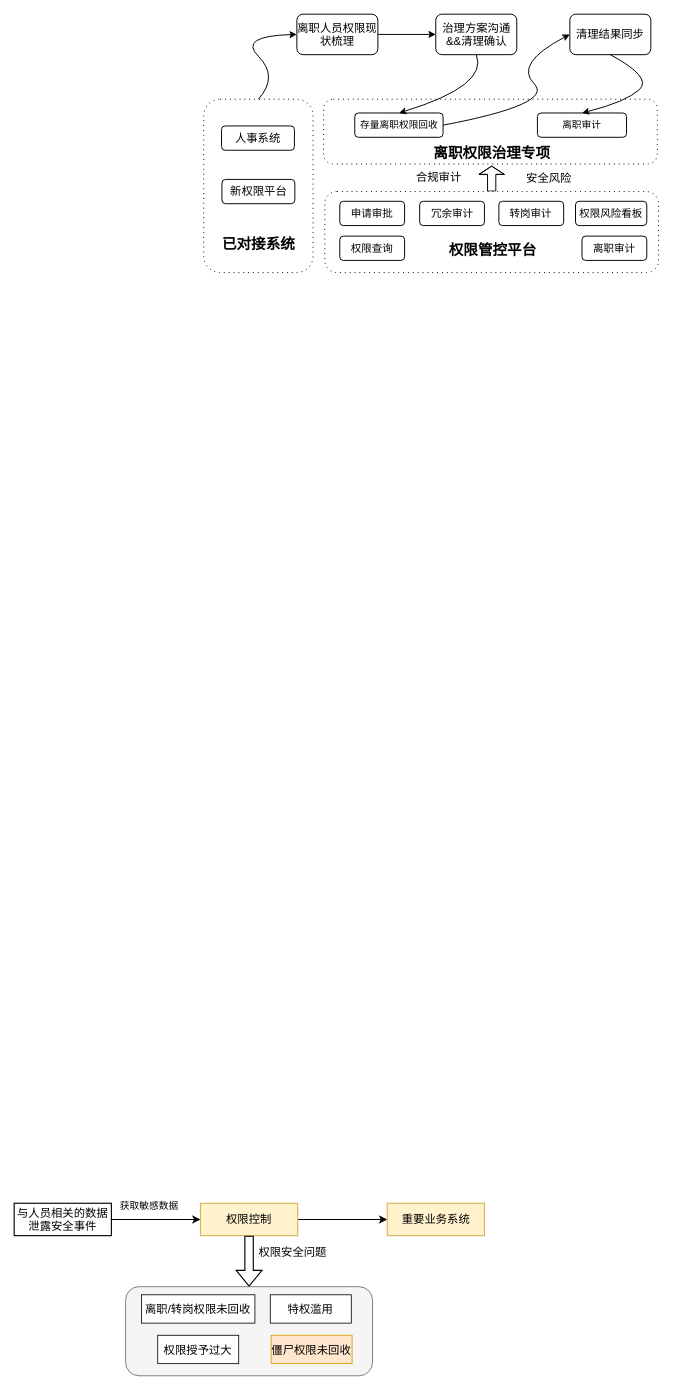
Above: page "第 14 页" (14 of 14) of 权限审计.drawio in zpxiao-ios/hello-world (draw.io), before the change. Source tidied: cells renumbered, new cells numbered last; positions are measured from the earlier drawing's top-left corner, leaving out a move shared by most shapes. Both pictures are drawn from the tidied source at 81%, with x=0, y=0 at pixel (14, 14).
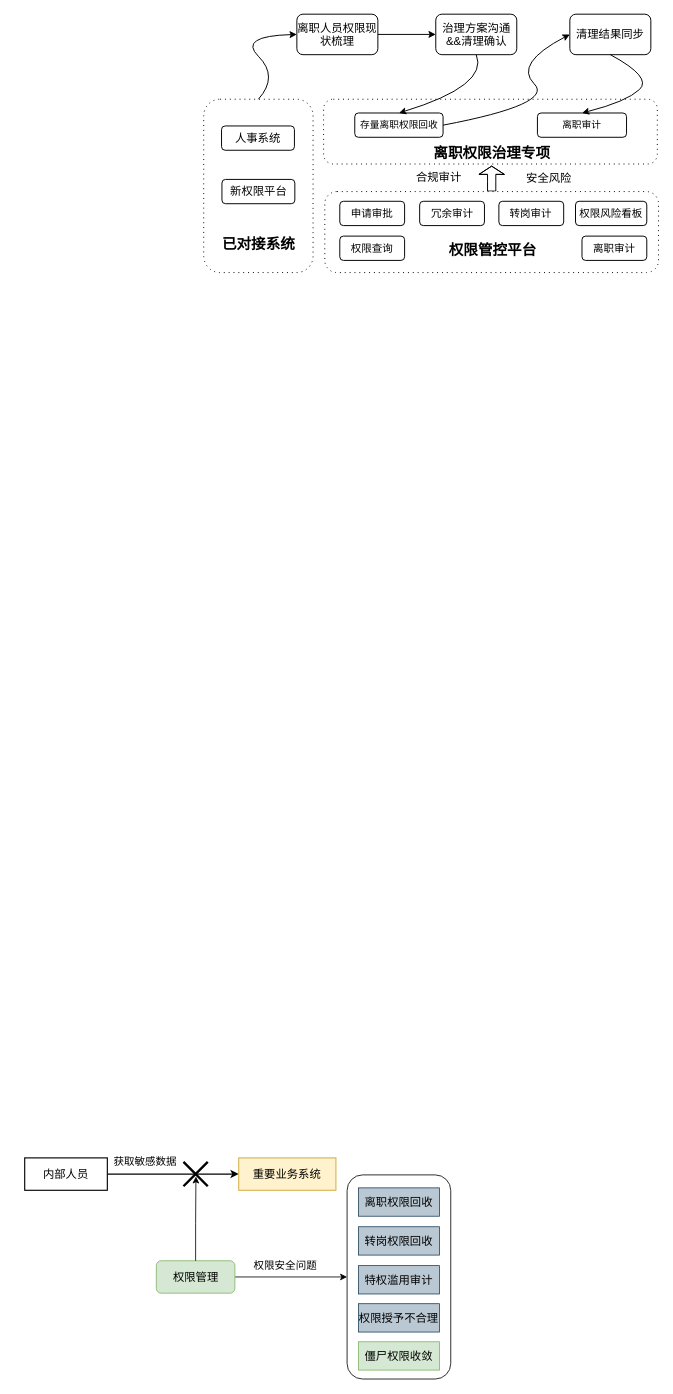
After the change.

Commit message:
更新权限审计.drawio

Change to the diagram source:
```diff
@@
+    <mxCell id="42" style="rounded=1;whiteSpace=wrap;html=1;" parent="1" vertex="1">
+      <mxGeometry x="411" y="1433" width="128" height="252" as="geometry" />
+    </mxCell>
+    <mxCell id="30" style="edgeStyle=orthogonalEdgeStyle;rounded=0;jettySize=auto;html=1;exitX=1;exitY=0.5;exitDx=0;exitDy=0;strokeWidth=1.4;fontSize=14;" parent="1" edge="1" source="29" target="33">
+      <mxGeometry relative="1" as="geometry" />
+    </mxCell>
@@
-    <mxCell id="29" value="与人员相关的数据泄露安全事件" style="rounded=0;whiteSpace=wrap;html=1;strokeWidth=1.4;fontSize=14;" parent="1" vertex="1">
-      <mxGeometry y="1468" width="120" height="40" as="geometry" />
+    <mxCell id="29" value="内部人员" style="rounded=0;whiteSpace=wrap;html=1;strokeWidth=1.4;fontSize=14;" parent="1" vertex="1">
+      <mxGeometry x="13" y="1412" width="102" height="40" as="geometry" />
     </mxCell>
-    <mxCell id="30" style="edgeStyle=orthogonalEdgeStyle;rounded=0;jettySize=auto;html=1;exitX=1;exitY=0.5;exitDx=0;exitDy=0;strokeWidth=1.4;fontSize=14;" parent="1" edge="1" source="29" target="32">
-      <mxGeometry relative="1" as="geometry" />
-    </mxCell>
-    <mxCell id="31" style="edgeStyle=orthogonalEdgeStyle;rounded=0;jettySize=auto;html=1;strokeWidth=1.4;fontSize=14;entryX=0;entryY=0.5;entryDx=0;entryDy=0;" parent="1" edge="1" source="32" target="33">
-      <mxGeometry relative="1" as="geometry" />
-    </mxCell>
-    <mxCell id="32" value="权限控制" style="rounded=0;whiteSpace=wrap;html=1;strokeWidth=1.4;fontSize=14;fillColor=#fff2cc;strokeColor=#d6b656;" parent="1" vertex="1">
-      <mxGeometry x="230" y="1468" width="120" height="40" as="geometry" />
-    </mxCell>
     <mxCell id="33" value="重要业务系统" style="rounded=0;whiteSpace=wrap;html=1;strokeWidth=1.4;fontSize=14;fillColor=#fff2cc;strokeColor=#d6b656;" parent="1" vertex="1">
-      <mxGeometry x="460.6" y="1468" width="120" height="40" as="geometry" />
+      <mxGeometry x="277.2" y="1412" width="120" height="40" as="geometry" />
     </mxCell>
-    <mxCell id="34" style="shape=flexArrow;endArrow=classic;html=1;rounded=0;exitX=0.5;exitY=1;exitDx=0;exitDy=0;entryX=0.5;entryY=0;entryDx=0;entryDy=0;strokeWidth=1.4;fontSize=14;" parent="1" edge="1" source="32" target="37">
-      <mxGeometry relative="1" as="geometry" />
-    </mxCell>
+    <mxCell id="36" value="&lt;span&gt;&lt;font style=&quot;font-size: 13px;&quot;&gt;获取敏感数据&lt;/font&gt;&lt;/span&gt;" style="text;html=1;align=center;verticalAlign=middle;whiteSpace=wrap;rounded=0;fontStyle=0;" parent="1" vertex="1">
+      <mxGeometry x="121" y="1401" width="81.5" height="30" as="geometry" />
+    </mxCell>
+    <mxCell id="43" value="离职权限回收" style="rounded=0;whiteSpace=wrap;html=1;fontSize=14;fillColor=#bac8d3;strokeColor=#23445d;" parent="1" vertex="1">
+      <mxGeometry x="425" y="1449" width="100" height="35" as="geometry" />
+    </mxCell>
+    <mxCell id="44" value="转岗权限回收" style="rounded=0;whiteSpace=wrap;html=1;fontSize=14;fillColor=#bac8d3;strokeColor=#23445d;" parent="1" vertex="1">
+      <mxGeometry x="425" y="1497" width="100" height="35" as="geometry" />
+    </mxCell>
+    <mxCell id="45" value="特权滥用审计" style="rounded=0;whiteSpace=wrap;html=1;fontSize=14;fillColor=#bac8d3;strokeColor=#23445d;" parent="1" vertex="1">
+      <mxGeometry x="425" y="1545" width="100" height="35" as="geometry" />
+    </mxCell>
+    <mxCell id="46" style="shape=umlDestroy;whiteSpace=wrap;html=1;strokeWidth=3;targetShapes=umlLifeline;" parent="1" vertex="1">
+      <mxGeometry x="209" y="1417" width="30" height="30" as="geometry" />
+    </mxCell>
+    <mxCell id="47" style="edgeStyle=orthogonalEdgeStyle;rounded=0;jettySize=auto;html=1;" parent="1" edge="1" source="48" target="42">
+      <mxGeometry relative="1" as="geometry" />
+    </mxCell>
+    <mxCell id="48" value="权限管理" style="rounded=1;whiteSpace=wrap;html=1;fontSize=14;fillColor=#d5e8d4;strokeColor=#82b366;" parent="1" vertex="1">
+      <mxGeometry x="175.5" y="1539" width="97" height="40" as="geometry" />
+    </mxCell>
+    <mxCell id="49" value="权限授予不合理" style="rounded=0;whiteSpace=wrap;html=1;fontSize=14;fillColor=#bac8d3;strokeColor=#23445d;" parent="1" vertex="1">
+      <mxGeometry x="425" y="1592" width="100" height="35" as="geometry" />
+    </mxCell>
+    <mxCell id="50" style="edgeStyle=orthogonalEdgeStyle;rounded=0;jettySize=auto;html=1;entryX=0.513;entryY=0.6;entryDx=0;entryDy=0;entryPerimeter=0;" parent="1" edge="1" source="48" target="46">
+      <mxGeometry relative="1" as="geometry" />
+    </mxCell>
-    <mxCell id="35" value="权限安全问题" style="text;html=1;align=center;verticalAlign=middle;whiteSpace=wrap;rounded=0;strokeWidth=1.4;fontSize=14;fontStyle=0;" parent="1" vertex="1">
-      <mxGeometry x="297.2" y="1513" width="94" height="30" as="geometry" />
+    <mxCell id="35" value="&lt;font style=&quot;font-size: 13px;&quot;&gt;权限安全问题&lt;/font&gt;" style="text;html=1;align=center;verticalAlign=middle;whiteSpace=wrap;rounded=0;" parent="1" vertex="1">
+      <mxGeometry x="288" y="1530" width="94" height="30" as="geometry" />
     </mxCell>
-    <mxCell id="36" value="&lt;span&gt;获取敏感数据&lt;/span&gt;" style="text;html=1;align=center;verticalAlign=middle;whiteSpace=wrap;rounded=0;fontStyle=0;" parent="1" vertex="1">
-      <mxGeometry x="125.5" y="1456" width="81.5" height="30" as="geometry" />
-    </mxCell>
-    <mxCell id="37" style="rounded=1;whiteSpace=wrap;html=1;fillColor=#f5f5f5;fontColor=#333333;strokeColor=#666666;" parent="1" vertex="1">
-      <mxGeometry x="137.6" y="1571" width="304.8" height="110" as="geometry" />
-    </mxCell>
-    <mxCell id="38" value="离职/转岗权限未回收" style="rounded=0;whiteSpace=wrap;html=1;fontSize=14;" parent="1" vertex="1">
-      <mxGeometry x="157.2" y="1581" width="140" height="35" as="geometry" />
-    </mxCell>
-    <mxCell id="39" value="僵尸权限未回收" style="rounded=0;whiteSpace=wrap;html=1;fontSize=14;fillColor=#ffe6cc;strokeColor=#d79b00;" parent="1" vertex="1">
-      <mxGeometry x="317.2" y="1631" width="100" height="35" as="geometry" />
-    </mxCell>
-    <mxCell id="40" value="权限授予过大" style="rounded=0;whiteSpace=wrap;html=1;fontSize=14;" parent="1" vertex="1">
-      <mxGeometry x="177.2" y="1631" width="100" height="35" as="geometry" />
-    </mxCell>
-    <mxCell id="41" value="特权滥用" style="rounded=0;whiteSpace=wrap;html=1;fontSize=14;" parent="1" vertex="1">
-      <mxGeometry x="316.2" y="1581" width="100" height="35" as="geometry" />
-    </mxCell>
+    <mxCell id="51" value="僵尸权限收敛" style="rounded=0;whiteSpace=wrap;html=1;fontSize=14;fillColor=#d5e8d4;strokeColor=#82b366;" parent="1" vertex="1">
+      <mxGeometry x="425" y="1639" width="100" height="35" as="geometry" />
+    </mxCell>
```
